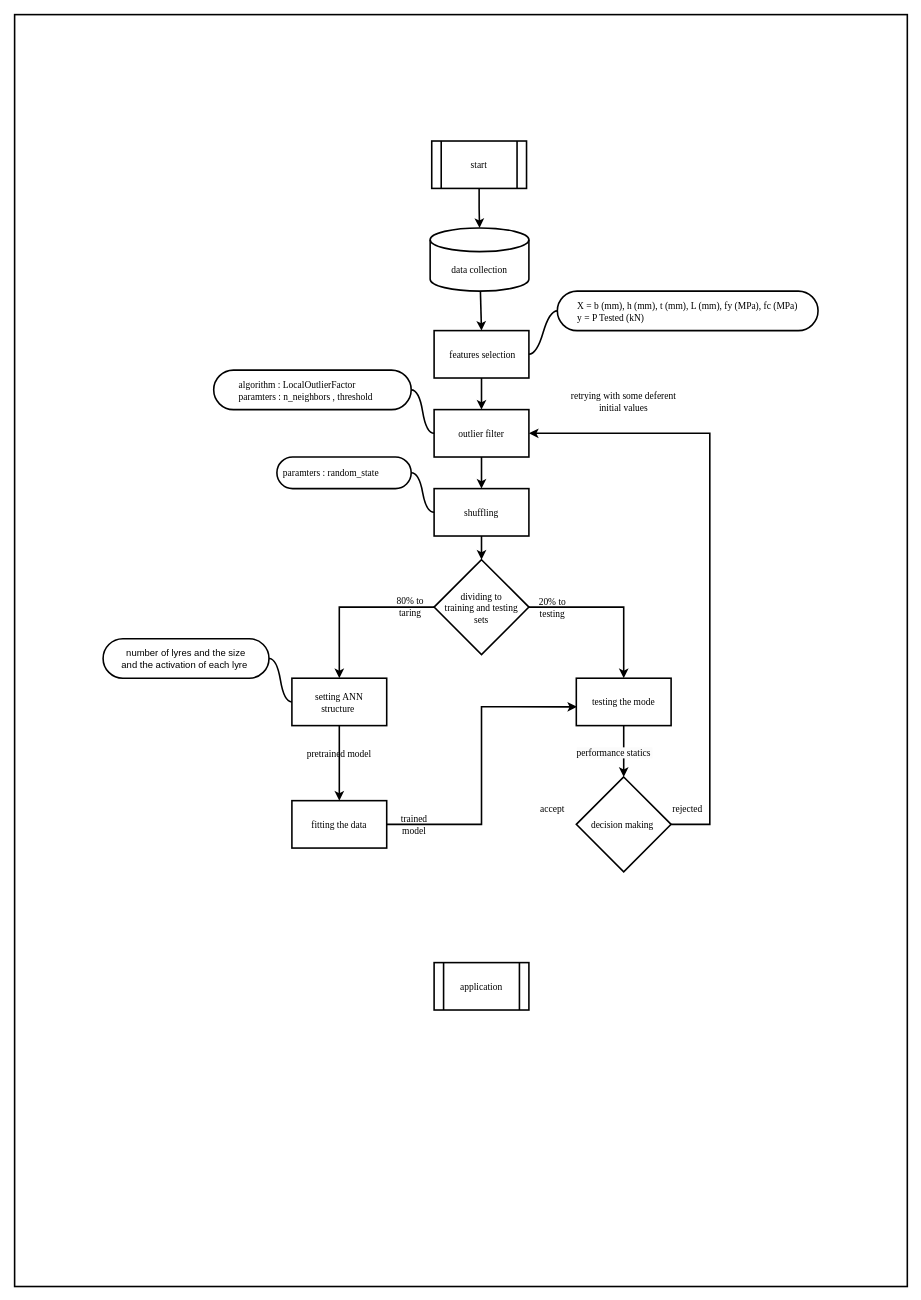
The draw.io diagram Untitled Diagram.drawio in A-freedom/SteelCon-Predictive-Engine, before the edit. Source tidied: cells renumbered, new cells numbered last; positions are measured from the earlier drawing's top-left corner, leaving out a move shared by most shapes. Both pictures are drawn from the tidied source at 79%, with x=0, y=0 at pixel (14, 14).
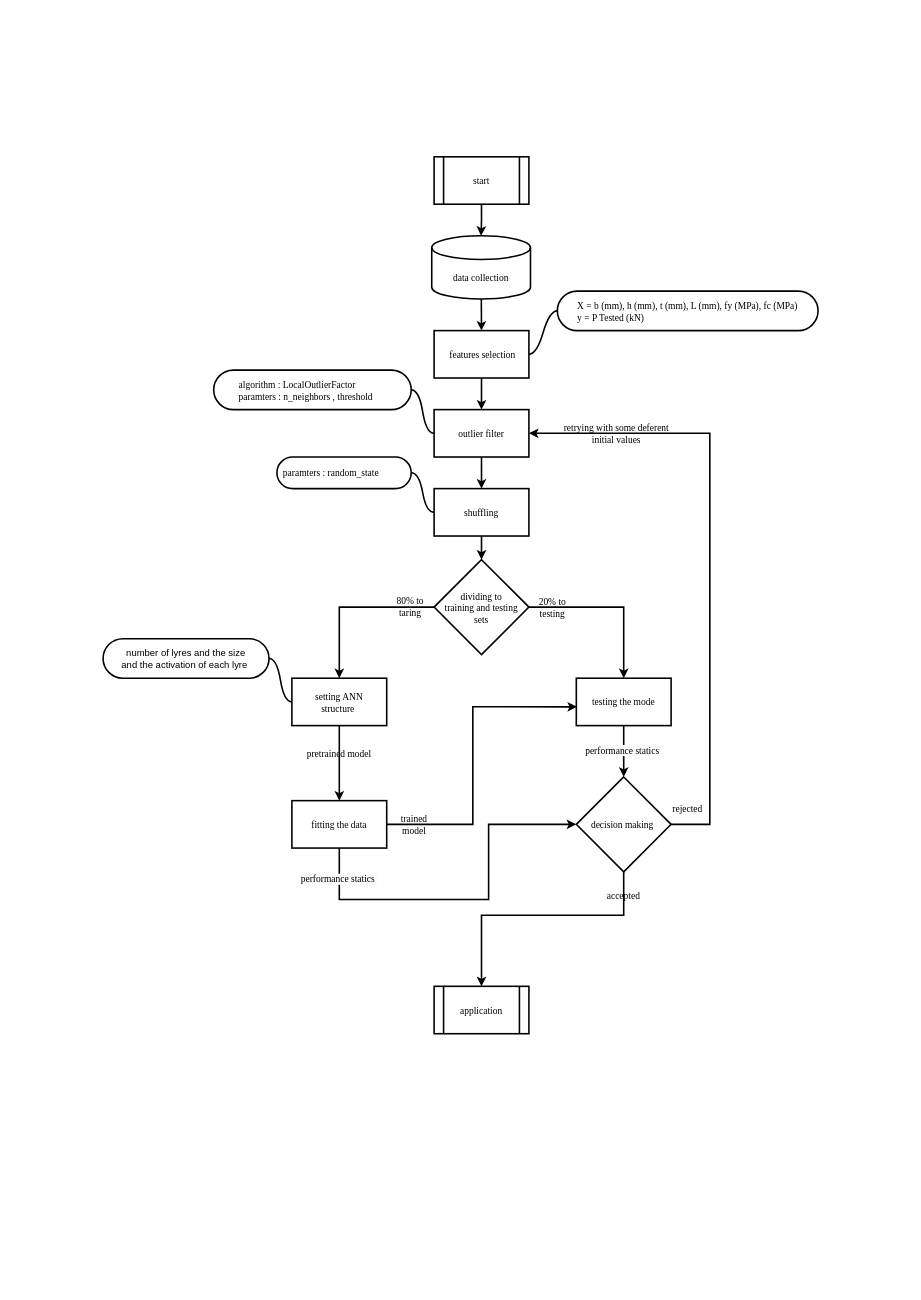
Above is the later version.

The change refers to these unchanged cells:
```xml
<mxCell id="18" value="fitting the data" style="rounded=0;whiteSpace=wrap;html=1;strokeWidth=2;fontFamily=Times New Roman;spacing=8;spacingTop=2;snapToPoint=0;fixDash=0;backgroundOutline=0;comic=0;shadow=0;" parent="1" vertex="1">
  <mxGeometry x="351" y="995" width="120" height="60" as="geometry" />
</mxCell>
<mxCell id="20" value="testing the mode" style="rounded=0;whiteSpace=wrap;html=1;strokeWidth=2;fontFamily=Times New Roman;spacing=8;spacingTop=2;snapToPoint=0;fixDash=0;backgroundOutline=0;comic=0;shadow=0;" parent="1" vertex="1">
  <mxGeometry x="711" y="840" width="120" height="60" as="geometry" />
</mxCell>
<mxCell id="22" value="decision making&amp;nbsp;" style="rhombus;whiteSpace=wrap;html=1;strokeWidth=2;fontFamily=Times New Roman;spacing=8;spacingTop=2;snapToPoint=0;fixDash=0;backgroundOutline=0;comic=0;shadow=0;" parent="1" vertex="1">
  <mxGeometry x="711" y="965" width="120" height="120" as="geometry" />
</mxCell>
```

What changed in the source:
```diff
@@
-    <mxCell id="2" style="rounded=0;whiteSpace=wrap;html=1;fillColor=none;strokeWidth=2;" parent="1" vertex="1">
-      <mxGeometry width="1130" height="1610" as="geometry" />
-    </mxCell>
@@
     <mxCell id="4" value="data collection" style="shape=cylinder3;whiteSpace=wrap;html=1;boundedLbl=1;backgroundOutline=0;size=15;strokeWidth=2;fontFamily=Times New Roman;spacing=8;spacingTop=2;snapToPoint=0;fixDash=0;comic=0;shadow=0;" parent="1" vertex="1">
-      <mxGeometry x="526" y="270" width="125" height="80" as="geometry" />
+      <mxGeometry x="528" y="280" width="125" height="80" as="geometry" />
     </mxCell>
@@
+    <mxCell id="41" style="edgeStyle=orthogonalEdgeStyle;rounded=0;jettySize=auto;html=1;strokeWidth=2;" parent="1" edge="1" source="18" target="22">
+      <mxGeometry relative="1" as="geometry">
+        <Array as="points">
+          <mxPoint x="411" y="1120" />
+          <mxPoint x="600" y="1120" />
+          <mxPoint x="600" y="1025" />
+        </Array>
+      </mxGeometry>
+    </mxCell>
@@
+    <mxCell id="42" style="edgeStyle=orthogonalEdgeStyle;rounded=0;jettySize=auto;html=1;strokeWidth=2;" parent="1" edge="1" source="22" target="29">
+      <mxGeometry relative="1" as="geometry">
+        <Array as="points">
+          <mxPoint x="771" y="1140" />
+          <mxPoint x="591" y="1140" />
+        </Array>
+      </mxGeometry>
+    </mxCell>
@@
     <mxCell id="25" value="start" style="shape=process;whiteSpace=wrap;html=1;backgroundOutline=0;strokeWidth=2;fontFamily=Times New Roman;spacing=8;spacingTop=2;snapToPoint=0;fixDash=0;comic=0;shadow=0;" parent="1" vertex="1">
-      <mxGeometry x="528" y="160" width="120" height="60" as="geometry" />
+      <mxGeometry x="531" y="180" width="120" height="60" as="geometry" />
     </mxCell>
@@
     <mxCell id="28" value="retrying with some deferent initial values" style="text;html=1;align=center;verticalAlign=middle;whiteSpace=wrap;rounded=0;strokeWidth=2;fontFamily=Times New Roman;spacing=8;spacingTop=2;fixDash=0;backgroundOutline=0;comic=0;shadow=0;" parent="1" vertex="1">
-      <mxGeometry x="696" y="474" width="150" height="30" as="geometry" />
+      <mxGeometry x="687" y="515" width="150" height="30" as="geometry" />
     </mxCell>
     <mxCell id="29" value="application" style="shape=process;whiteSpace=wrap;html=1;backgroundOutline=0;strokeWidth=2;fontFamily=Times New Roman;spacing=8;spacingTop=2;snapToPoint=0;fixDash=0;comic=0;shadow=0;" parent="1" vertex="1">
-      <mxGeometry x="531" y="1200" width="120" height="60" as="geometry" />
+      <mxGeometry x="531" y="1230" width="120" height="60" as="geometry" />
     </mxCell>
-    <mxCell id="30" value="accept" style="text;html=1;align=center;verticalAlign=middle;whiteSpace=wrap;rounded=0;strokeWidth=2;fontFamily=Times New Roman;spacing=8;spacingTop=2;fixDash=0;backgroundOutline=0;comic=0;shadow=0;" parent="1" vertex="1">
-      <mxGeometry x="651" y="990" width="60" height="30" as="geometry" />
+    <mxCell id="30" value="accepted" style="text;html=1;align=center;verticalAlign=middle;whiteSpace=wrap;rounded=0;strokeWidth=2;fontFamily=Times New Roman;spacing=8;spacingTop=2;fixDash=0;backgroundOutline=0;comic=0;shadow=0;" parent="1" vertex="1">
+      <mxGeometry x="741" y="1100" width="60" height="30" as="geometry" />
     </mxCell>
@@
     <mxCell id="39" style="edgeStyle=orthogonalEdgeStyle;rounded=0;jettySize=auto;html=1;entryX=0.008;entryY=0.604;entryDx=0;entryDy=0;entryPerimeter=0;strokeWidth=2;" parent="1" edge="1" source="18" target="20">
-      <mxGeometry relative="1" as="geometry" />
+      <mxGeometry relative="1" as="geometry">
+        <Array as="points">
+          <mxPoint x="580" y="1025" />
+          <mxPoint x="580" y="876" />
+        </Array>
+      </mxGeometry>
     </mxCell>
-    <mxCell id="40" value="&lt;span style=&quot;border-color: var(--border-color); color: rgb(0, 0, 0); font-family: &amp;quot;Times New Roman&amp;quot;; font-size: 12px; font-style: normal; font-variant-ligatures: normal; font-variant-caps: normal; font-weight: 400; letter-spacing: normal; orphans: 2; text-indent: 0px; text-transform: none; widows: 2; word-spacing: 0px; -webkit-text-stroke-width: 0px; text-decoration-thickness: initial; text-decoration-style: initial; text-decoration-color: initial; text-align: center; background-color: rgb(251, 251, 251); float: none; display: inline !important;&quot;&gt;performance&amp;nbsp;&lt;/span&gt;&lt;span style=&quot;border-color: var(--border-color); color: rgb(0, 0, 0); font-family: &amp;quot;Times New Roman&amp;quot;; font-size: 12px; font-style: normal; font-variant-ligatures: normal; font-variant-caps: normal; font-weight: 400; letter-spacing: normal; orphans: 2; text-indent: 0px; text-transform: none; widows: 2; word-spacing: 0px; -webkit-text-stroke-width: 0px; text-decoration-thickness: initial; text-decoration-style: initial; text-decoration-color: initial; text-align: center; background-color: rgb(251, 251, 251); float: none; display: inline !important;&quot;&gt;statics&amp;nbsp;&lt;/span&gt;" style="text;html=1;align=center;verticalAlign=middle;whiteSpace=wrap;rounded=0;" parent="1" vertex="1">
-      <mxGeometry x="730" y="920" width="60" height="30" as="geometry" />
+    <mxCell id="40" value="&lt;span style=&quot;border-color: var(--border-color); color: rgb(0, 0, 0); font-family: &amp;quot;Times New Roman&amp;quot;; font-size: 12px; font-style: normal; font-variant-ligatures: normal; font-variant-caps: normal; font-weight: 400; letter-spacing: normal; orphans: 2; text-indent: 0px; text-transform: none; widows: 2; word-spacing: 0px; -webkit-text-stroke-width: 0px; text-decoration-thickness: initial; text-decoration-style: initial; text-decoration-color: initial; text-align: center; background-color: rgb(251, 251, 251); float: none; display: inline !important;&quot;&gt;performance&amp;nbsp;&lt;/span&gt;&lt;span style=&quot;border-color: var(--border-color); color: rgb(0, 0, 0); font-family: &amp;quot;Times New Roman&amp;quot;; font-size: 12px; font-style: normal; font-variant-ligatures: normal; font-variant-caps: normal; font-weight: 400; letter-spacing: normal; orphans: 2; text-indent: 0px; text-transform: none; widows: 2; word-spacing: 0px; -webkit-text-stroke-width: 0px; text-decoration-thickness: initial; text-decoration-style: initial; text-decoration-color: initial; text-align: center; background-color: rgb(251, 251, 251); float: none; display: inline !important;&quot;&gt;statics&amp;nbsp;&lt;/span&gt;" style="text;html=1;align=center;verticalAlign=middle;whiteSpace=wrap;rounded=0;strokeWidth=2;" parent="1" vertex="1">
+      <mxGeometry x="741" y="917" width="60" height="30" as="geometry" />
     </mxCell>
+    <mxCell id="43" value="&lt;span style=&quot;border-color: var(--border-color); color: rgb(0, 0, 0); font-family: &amp;quot;Times New Roman&amp;quot;; font-size: 12px; font-style: normal; font-variant-ligatures: normal; font-variant-caps: normal; font-weight: 400; letter-spacing: normal; orphans: 2; text-indent: 0px; text-transform: none; widows: 2; word-spacing: 0px; -webkit-text-stroke-width: 0px; text-decoration-thickness: initial; text-decoration-style: initial; text-decoration-color: initial; text-align: center; background-color: rgb(251, 251, 251); float: none; display: inline !important;&quot;&gt;performance&amp;nbsp;&lt;/span&gt;&lt;span style=&quot;border-color: var(--border-color); color: rgb(0, 0, 0); font-family: &amp;quot;Times New Roman&amp;quot;; font-size: 12px; font-style: normal; font-variant-ligatures: normal; font-variant-caps: normal; font-weight: 400; letter-spacing: normal; orphans: 2; text-indent: 0px; text-transform: none; widows: 2; word-spacing: 0px; -webkit-text-stroke-width: 0px; text-decoration-thickness: initial; text-decoration-style: initial; text-decoration-color: initial; text-align: center; background-color: rgb(251, 251, 251); float: none; display: inline !important;&quot;&gt;statics&amp;nbsp;&lt;/span&gt;" style="text;html=1;align=center;verticalAlign=middle;whiteSpace=wrap;rounded=0;strokeWidth=2;" parent="1" vertex="1">
+      <mxGeometry x="381" y="1080" width="60" height="30" as="geometry" />
+    </mxCell>
```
